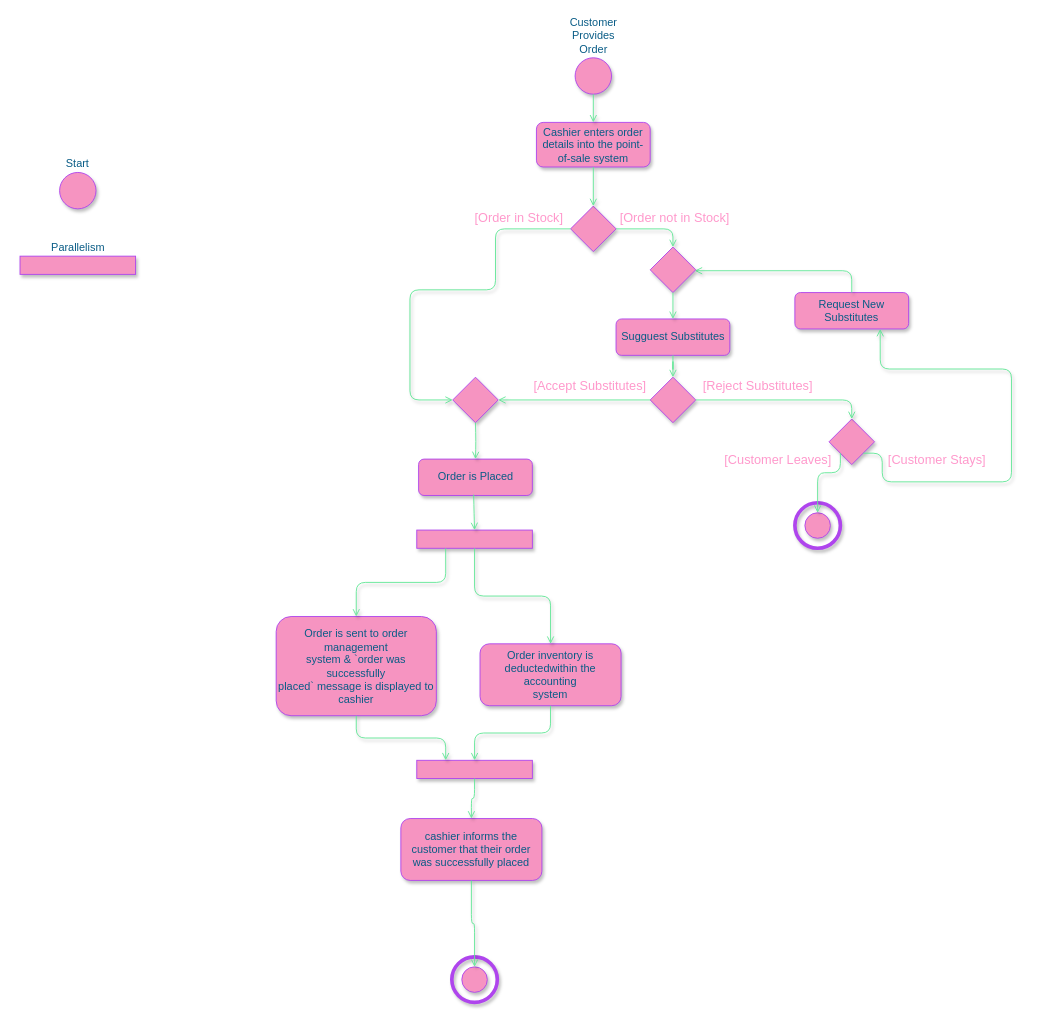
casonk/university-coursework keeps this draw.io diagram as page "Activity" (1 of 3) of CSC580-Advanced_Software_Engineering/Assignments/BO/BO3/3.drawio. Above is the earlier version. Source tidied: cells renumbered, new cells numbered last; positions are measured from the earlier drawing's top-left corner, leaving out a move shared by most shapes. Both pictures are drawn from the tidied source at 91%, with x=0, y=0 at pixel (20, 57).
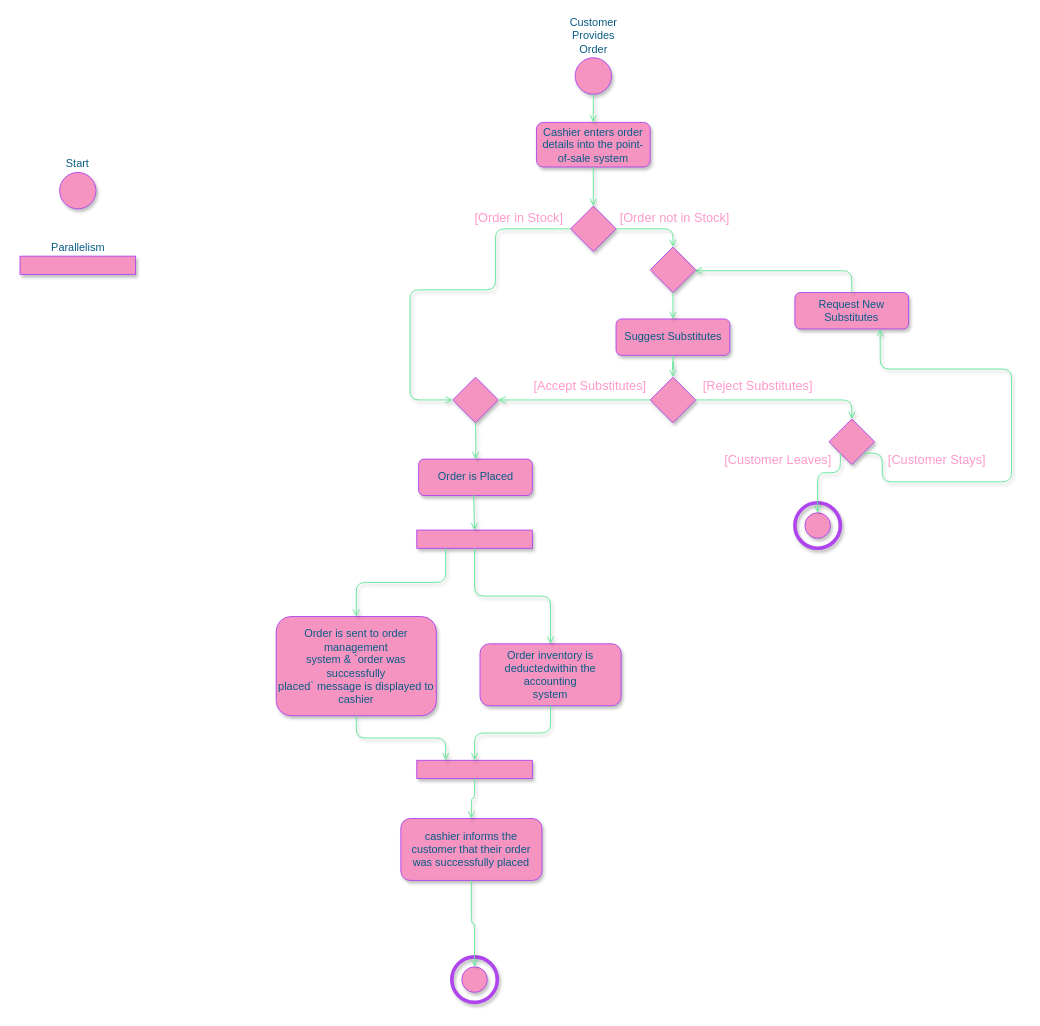
The same diagram, later.

Diff of the diagram source:
```diff
@@
-    <mxCell id="8" value="Sugguest Substitutes" style="rounded=1;whiteSpace=wrap;html=1;sketch=0;fontColor=#095C86;strokeColor=#AF45ED;fillColor=#F694C1;shadow=1;" parent="1" vertex="1">
+    <mxCell id="8" value="Suggest Substitutes" style="rounded=1;whiteSpace=wrap;html=1;sketch=0;fontColor=#095C86;strokeColor=#AF45ED;fillColor=#F694C1;shadow=1;" parent="1" vertex="1">
       <mxGeometry x="654.5" y="287" width="125" height="40" as="geometry" />
     </mxCell>
```
